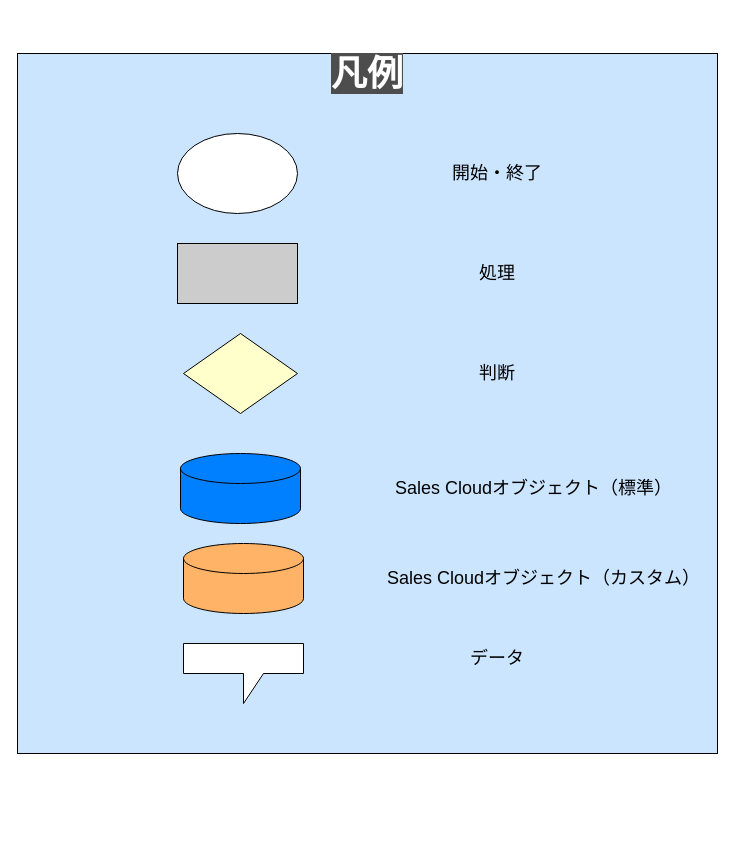
Before: page "凡例" (1 of 6) of 20230622To-Be業務フロー図.drawio in TaikiHorita/TaikiRepository, a draw.io diagram. Source tidied: cells renumbered, new cells numbered last; positions are measured from the earlier drawing's top-left corner, leaving out a move shared by most shapes. Both pictures are drawn from the tidied source at 100%, with x=0, y=0 at pixel (17, 53).
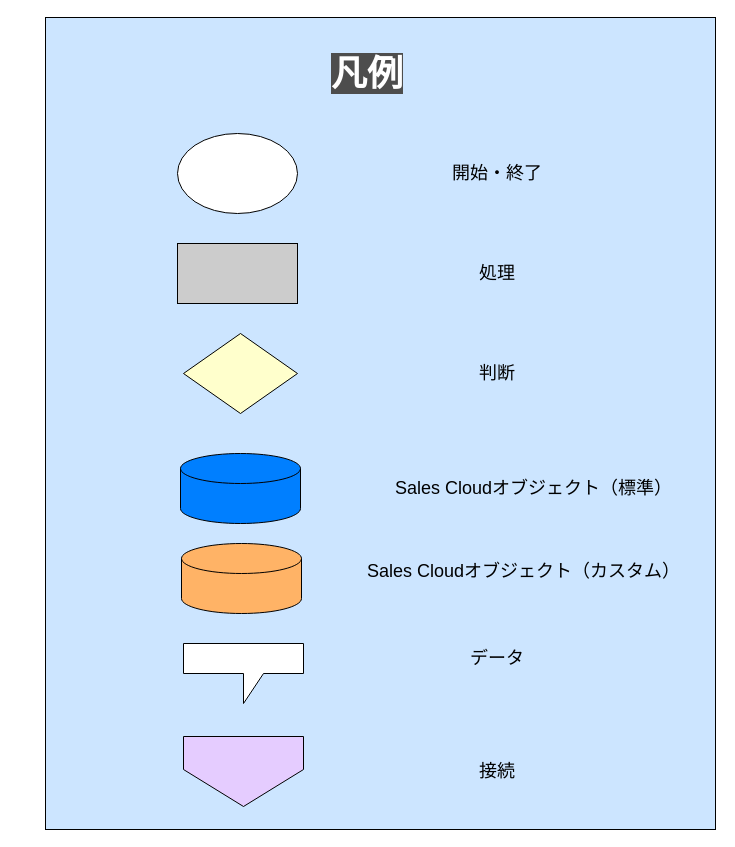
Above is the later version.

Change to the diagram source:
```diff
@@
 <mxGraphModel>
   <root>
     <mxCell id="0" />
     <mxCell id="1" parent="0" />
     <mxCell id="2" value="&lt;p style=&quot;line-height: 120%;&quot;&gt;&lt;br&gt;&lt;/p&gt;" style="whiteSpace=wrap;html=1;fillColor=#CCE5FF;" parent="1" vertex="1">
-      <mxGeometry width="700" height="700" as="geometry" />
+      <mxGeometry x="28" y="-36" width="670" height="812" as="geometry" />
     </mxCell>
     <mxCell id="3" value="&lt;font color=&quot;#ffffff&quot; style=&quot;font-size: 36px; background-color: rgb(77, 77, 77);&quot;&gt;凡例&lt;/font&gt;" style="text;strokeColor=none;align=center;fillColor=none;html=1;verticalAlign=middle;whiteSpace=wrap;rounded=0;fontStyle=1;horizontal=1;" parent="1" vertex="1">
       <mxGeometry x="280" y="10" width="140" height="20" as="geometry" />
     </mxCell>
     <mxCell id="4" style="ellipse;whiteSpace=wrap;html=1;" parent="1" vertex="1">
       <mxGeometry x="160" y="80" width="120" height="80" as="geometry" />
     </mxCell>
     <mxCell id="5" value="&lt;font style=&quot;font-size: 18px;&quot;&gt;開始・終了&lt;/font&gt;" style="text;strokeColor=none;align=center;fillColor=none;html=1;verticalAlign=middle;whiteSpace=wrap;rounded=0;" parent="1" vertex="1">
       <mxGeometry x="420" y="105" width="120" height="30" as="geometry" />
     </mxCell>
     <mxCell id="6" style="rounded=0;whiteSpace=wrap;html=1;fillColor=#CCCCCC;" parent="1" vertex="1">
       <mxGeometry x="160" y="190" width="120" height="60" as="geometry" />
     </mxCell>
     <mxCell id="7" value="&lt;font style=&quot;font-size: 18px;&quot;&gt;処理&lt;/font&gt;" style="text;strokeColor=none;align=center;fillColor=none;html=1;verticalAlign=middle;whiteSpace=wrap;rounded=0;" parent="1" vertex="1">
       <mxGeometry x="420" y="205" width="120" height="30" as="geometry" />
     </mxCell>
     <mxCell id="8" style="rhombus;whiteSpace=wrap;html=1;fillColor=#FFFFCC;" parent="1" vertex="1">
       <mxGeometry x="166" y="280" width="114" height="80" as="geometry" />
     </mxCell>
     <mxCell id="9" value="&lt;span style=&quot;font-size: 18px;&quot;&gt;判断&lt;/span&gt;" style="text;strokeColor=none;align=center;fillColor=none;html=1;verticalAlign=middle;whiteSpace=wrap;rounded=0;" parent="1" vertex="1">
       <mxGeometry x="420" y="305" width="120" height="30" as="geometry" />
     </mxCell>
     <mxCell id="10" style="shape=cylinder3;whiteSpace=wrap;html=1;boundedLbl=1;backgroundOutline=1;size=15;fillColor=#007FFF;" parent="1" vertex="1">
       <mxGeometry x="163" y="400" width="120" height="70" as="geometry" />
     </mxCell>
     <mxCell id="11" value="&lt;span style=&quot;font-size: 18px;&quot;&gt;Sales Cloudオブジェクト（標準）&lt;br&gt;&lt;/span&gt;" style="text;strokeColor=none;align=center;fillColor=none;html=1;verticalAlign=middle;whiteSpace=wrap;rounded=0;" parent="1" vertex="1">
       <mxGeometry x="367" y="420" width="299" height="30" as="geometry" />
     </mxCell>
     <mxCell id="12" style="shape=callout;whiteSpace=wrap;html=1;perimeter=calloutPerimeter;base=20;" parent="1" vertex="1">
       <mxGeometry x="166" y="590" width="120" height="60" as="geometry" />
     </mxCell>
     <mxCell id="13" value="&lt;span style=&quot;font-size: 18px;&quot;&gt;データ&lt;/span&gt;" style="text;strokeColor=none;align=center;fillColor=none;html=1;verticalAlign=middle;whiteSpace=wrap;rounded=0;" parent="1" vertex="1">
       <mxGeometry x="367" y="590" width="226" height="30" as="geometry" />
     </mxCell>
     <mxCell id="14" style="shape=cylinder3;whiteSpace=wrap;html=1;boundedLbl=1;backgroundOutline=1;size=15;fillColor=#FFB366;" parent="1" vertex="1">
-      <mxGeometry x="166" y="490" width="120" height="70" as="geometry" />
+      <mxGeometry x="164" y="490" width="120" height="70" as="geometry" />
     </mxCell>
     <mxCell id="15" value="&lt;span style=&quot;font-size: 18px;&quot;&gt;Sales Cloudオブジェクト（カスタム）&lt;br&gt;&lt;/span&gt;" style="text;strokeColor=none;align=center;fillColor=none;html=1;verticalAlign=middle;whiteSpace=wrap;rounded=0;" parent="1" vertex="1">
-      <mxGeometry x="367" y="510" width="319" height="30" as="geometry" />
+      <mxGeometry x="347" y="503" width="319" height="30" as="geometry" />
     </mxCell>
+    <mxCell id="16" style="shape=offPageConnector;whiteSpace=wrap;html=1;size=0.5285714285714286;fillColor=#E5CCFF;" parent="1" vertex="1">
+      <mxGeometry x="166" y="683" width="120" height="70" as="geometry" />
+    </mxCell>
+    <mxCell id="17" value="&lt;span style=&quot;font-size: 18px;&quot;&gt;接続&lt;/span&gt;" style="text;strokeColor=none;align=center;fillColor=none;html=1;verticalAlign=middle;whiteSpace=wrap;rounded=0;" parent="1" vertex="1">
+      <mxGeometry x="367" y="703" width="226" height="30" as="geometry" />
+    </mxCell>
   </root>
 </mxGraphModel>
```
